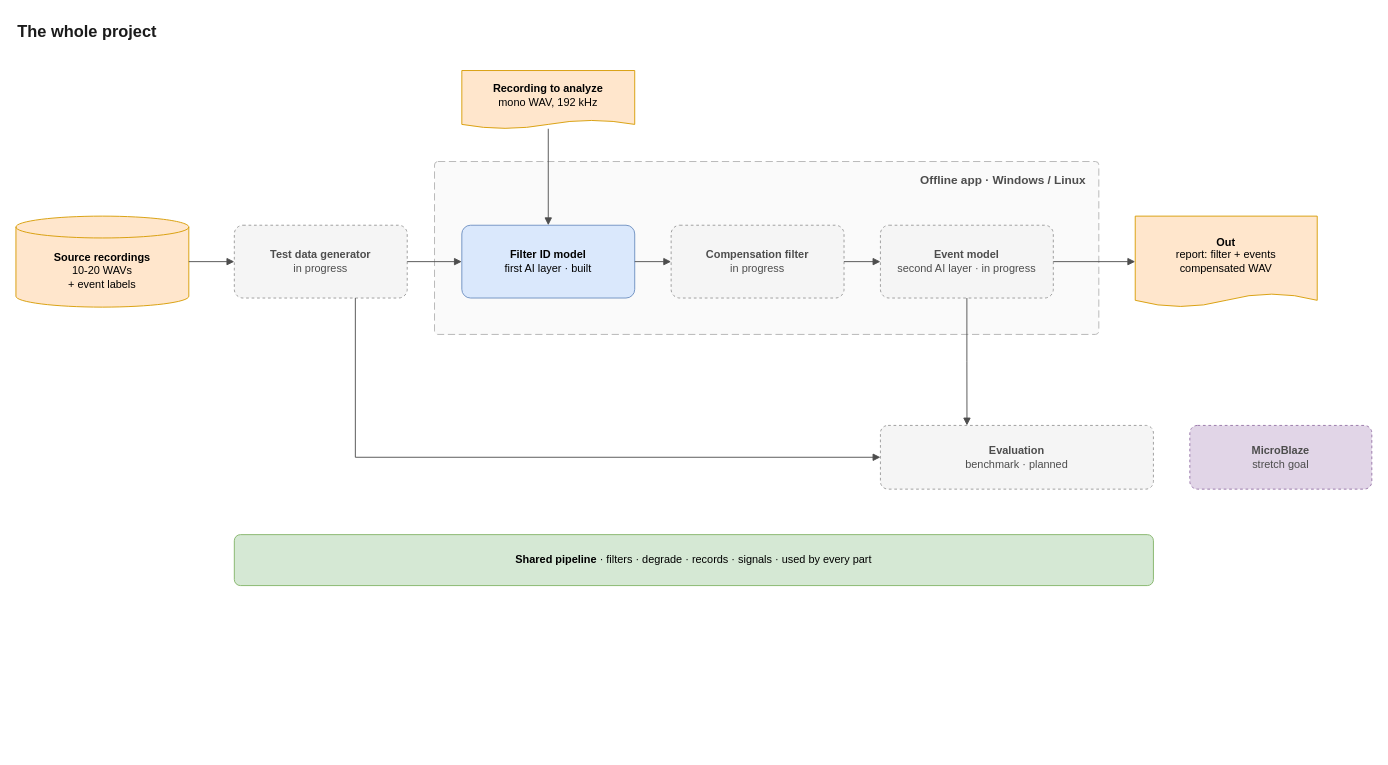
Above: page "1 · The whole project" (1 of 8) of docs/project-map/project-map.drawio in Dialovos/fpga-audio-source-classifier (draw.io), before the change. Source tidied: cells renumbered, new cells numbered last; positions are measured from the earlier drawing's top-left corner, leaving out a move shared by most shapes. Both pictures are drawn from the tidied source at 91%, with x=0, y=0 at pixel (15, 15).
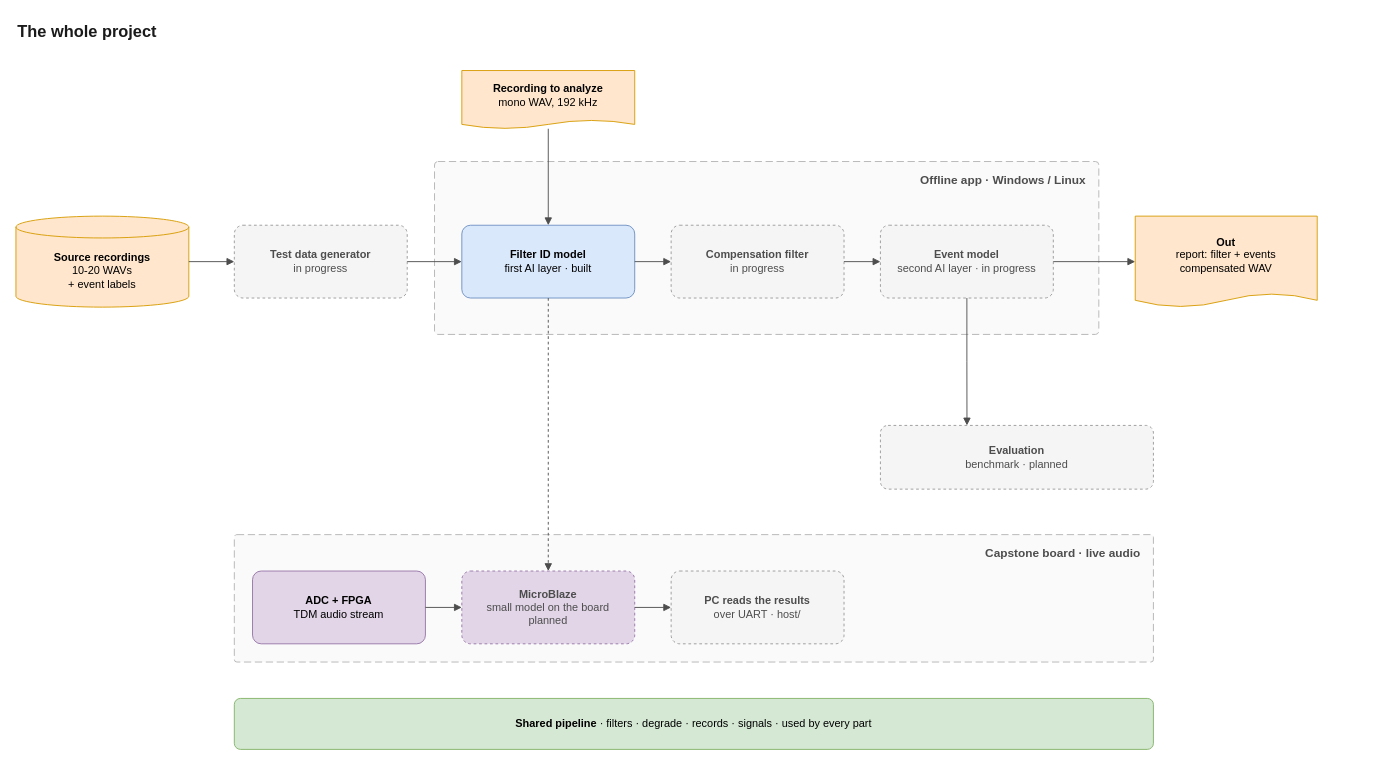
The same page after the edit.

Commit message (it also covers changes not shown here):
Add the filter ID code map and plan for the MicroBlaze in the project map

Unchanged cells that the change refers to:
```xml
<mxCell id="6" value="&lt;b&gt;Test data generator&lt;/b&gt;&lt;br&gt;in progress" style="rounded=1;arcSize=12;whiteSpace=wrap;html=1;fontSize=12;fillColor=#f5f5f5;strokeColor=#999999;dashed=1;fontColor=#4d4d4d;" parent="1" vertex="1">
  <mxGeometry x="240" y="230" width="190" height="80" as="geometry" />
</mxCell>
<mxCell id="7" value="&lt;b&gt;Filter ID model&lt;/b&gt;&lt;br&gt;first AI layer  ·  built" style="rounded=1;arcSize=12;whiteSpace=wrap;html=1;fontSize=12;fillColor=#dae8fc;strokeColor=#6c8ebf;" parent="1" vertex="1">
  <mxGeometry x="490" y="230" width="190" height="80" as="geometry" />
</mxCell>
<mxCell id="11" value="&lt;b&gt;Evaluation&lt;/b&gt;&lt;br&gt;benchmark  ·  planned" style="rounded=1;arcSize=12;whiteSpace=wrap;html=1;fontSize=12;fillColor=#f5f5f5;strokeColor=#999999;dashed=1;fontColor=#4d4d4d;" parent="1" vertex="1">
  <mxGeometry x="950" y="450" width="300" height="70" as="geometry" />
</mxCell>
```

The edit, as a diff of the source:
```diff
@@
+    <mxCell id="22" value="Capstone board  ·  live audio" style="rounded=1;arcSize=2;whiteSpace=wrap;html=1;dashed=1;dashPattern=8 4;fillColor=#fafafa;strokeColor=#b3b3b3;verticalAlign=top;align=right;spacingRight=12;spacingTop=6;fontStyle=1;fontSize=13;fontColor=#4d4d4d;" parent="1" vertex="1">
+      <mxGeometry x="240" y="570" width="1010" height="140" as="geometry" />
+    </mxCell>
@@
-    <mxCell id="12" value="&lt;b&gt;MicroBlaze&lt;/b&gt;&lt;br&gt;stretch goal" style="rounded=1;arcSize=12;whiteSpace=wrap;html=1;fontSize=12;fillColor=#e1d5e7;strokeColor=#9673a6;dashed=1;fontColor=#4d4d4d;" parent="1" vertex="1">
-      <mxGeometry x="1290" y="450" width="200" height="70" as="geometry" />
+    <mxCell id="12" value="&lt;b&gt;MicroBlaze&lt;/b&gt;&lt;br&gt;small model on the board&lt;br&gt;planned" style="rounded=1;arcSize=12;whiteSpace=wrap;html=1;fontSize=12;fillColor=#e1d5e7;strokeColor=#9673a6;dashed=1;fontColor=#4d4d4d;" parent="1" vertex="1">
+      <mxGeometry x="490" y="610" width="190" height="80" as="geometry" />
     </mxCell>
     <mxCell id="13" value="&lt;b&gt;Shared pipeline&lt;/b&gt;  ·  filters  ·  degrade  ·  records  ·  signals  ·  used by every part" style="rounded=1;arcSize=12;whiteSpace=wrap;html=1;fontSize=12;fillColor=#d5e8d4;strokeColor=#82b366;" parent="1" vertex="1">
-      <mxGeometry x="240" y="570" width="1010" height="56" as="geometry" />
+      <mxGeometry x="240" y="750" width="1010" height="56" as="geometry" />
     </mxCell>
@@
-    <mxCell id="21" style="edgeStyle=orthogonalEdgeStyle;rounded=0;jettySize=auto;html=1;strokeColor=#4d4d4d;fontSize=11;labelBackgroundColor=none;fontStyle=1;endArrow=block;endFill=1;exitX=0.7;exitY=1;exitDx=0;exitDy=0;entryX=0;entryY=0.5;entryDx=0;entryDy=0;" parent="1" edge="1" source="6" target="11">
-      <mxGeometry relative="1" as="geometry" />
-    </mxCell>
+    <mxCell id="23" value="&lt;b&gt;ADC + FPGA&lt;/b&gt;&lt;br&gt;TDM audio stream" style="rounded=1;arcSize=12;whiteSpace=wrap;html=1;fontSize=12;fillColor=#e1d5e7;strokeColor=#9673a6;" parent="1" vertex="1">
+      <mxGeometry x="260" y="610" width="190" height="80" as="geometry" />
+    </mxCell>
+    <mxCell id="24" value="&lt;b&gt;PC reads the results&lt;/b&gt;&lt;br&gt;over UART  ·  host/" style="rounded=1;arcSize=12;whiteSpace=wrap;html=1;fontSize=12;fillColor=#f5f5f5;strokeColor=#999999;dashed=1;fontColor=#4d4d4d;" parent="1" vertex="1">
+      <mxGeometry x="720" y="610" width="190" height="80" as="geometry" />
+    </mxCell>
+    <mxCell id="25" style="edgeStyle=orthogonalEdgeStyle;rounded=0;jettySize=auto;html=1;strokeColor=#4d4d4d;fontSize=11;labelBackgroundColor=none;fontStyle=1;dashed=1;endArrow=block;endFill=1;exitX=0.5;exitY=1;exitDx=0;exitDy=0;entryX=0.5;entryY=0;entryDx=0;entryDy=0;" parent="1" edge="1" source="7" target="12">
+      <mxGeometry relative="1" as="geometry" />
+    </mxCell>
+    <mxCell id="26" style="edgeStyle=orthogonalEdgeStyle;rounded=0;jettySize=auto;html=1;strokeColor=#4d4d4d;fontSize=11;labelBackgroundColor=none;fontStyle=1;endArrow=block;endFill=1;exitX=1;exitY=0.5;exitDx=0;exitDy=0;entryX=0;entryY=0.5;entryDx=0;entryDy=0;" parent="1" edge="1" source="23" target="12">
+      <mxGeometry relative="1" as="geometry" />
+    </mxCell>
+    <mxCell id="27" style="edgeStyle=orthogonalEdgeStyle;rounded=0;jettySize=auto;html=1;strokeColor=#4d4d4d;fontSize=11;labelBackgroundColor=none;fontStyle=1;endArrow=block;endFill=1;exitX=1;exitY=0.5;exitDx=0;exitDy=0;entryX=0;entryY=0.5;entryDx=0;entryDy=0;" parent="1" edge="1" source="12" target="24">
+      <mxGeometry relative="1" as="geometry" />
+    </mxCell>
```
